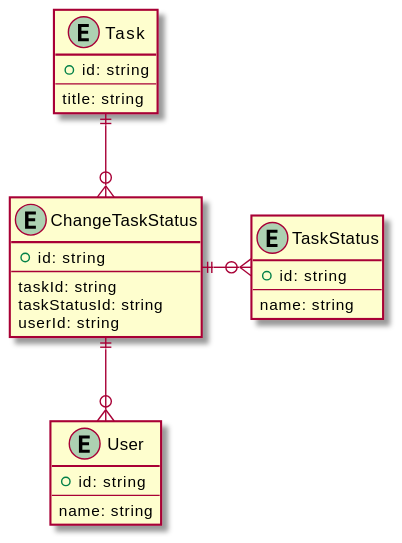
sushidesu/prahachallenge keeps this PlantUML diagram as 09_高速MVP開発/03_Firestoreを使ってリレーショナルDB以外にも慣れる/images/diagram1.svg. Above is the earlier version. Its diagram source:
```plantuml
@startuml
entity Task {
  + id: string
  --
  title: string
}

entity User {
  + id: string
  --
  name: string
}

entity TaskStatus {
  + id: string
  --
  name: string
}

entity ChangeTaskStatus {
  + id: string
  --
  taskId: string
  taskStatusId: string
  userId: string
}

Task ||--o{ ChangeTaskStatus
ChangeTaskStatus||--o{ User
ChangeTaskStatus ||-o{ TaskStatus
@enduml
```
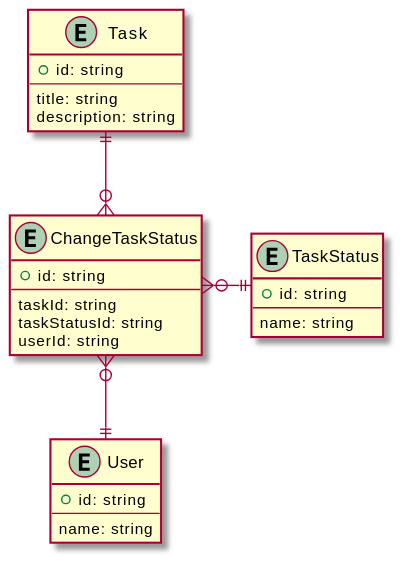
The same diagram one commit later.

The edit, as a diff of the source:
```diff
@@ -3,6 +3,7 @@
   + id: string
   --
   title: string
+  description: string
 }
 
 entity User {
@@ -26,6 +27,6 @@
 }
 
 Task ||--o{ ChangeTaskStatus
-ChangeTaskStatus||--o{ User
-ChangeTaskStatus ||-o{ TaskStatus
+ChangeTaskStatus }o--|| User
+ChangeTaskStatus }o-|| TaskStatus
 @enduml
```
